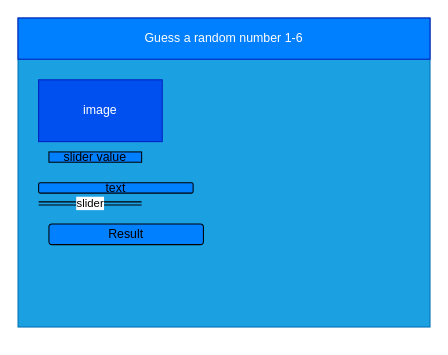
Earlier version of the draw.io diagram design/story-board.drawio (Allen-Li-hub/ICS2O-Unit6-03-HTML). Source tidied: cells renumbered, new cells numbered last; positions are measured from the earlier drawing's top-left corner, leaving out a move shared by most shapes. Both pictures are drawn from the tidied source at 103%, with x=0, y=0 at pixel (18, 18).
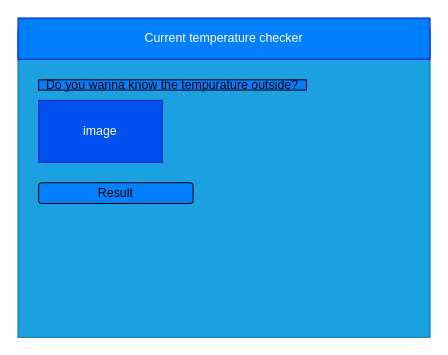
Above is the later version.

Diff of the diagram source:
```diff
@@
 <mxGraphModel>
   <root>
     <mxCell id="0" />
     <mxCell id="1" parent="0" />
     <mxCell id="2" style="rounded=0;whiteSpace=wrap;html=1;fillColor=#1ba1e2;fontColor=#ffffff;strokeColor=#006EAF;" parent="1" vertex="1">
-      <mxGeometry width="400" height="300" as="geometry" />
+      <mxGeometry y="10" width="400" height="300" as="geometry" />
     </mxCell>
-    <mxCell id="3" value="Guess a random number 1-6" style="rounded=0;whiteSpace=wrap;html=1;fillColor=#007FFF;fontColor=#ffffff;strokeColor=#001DBC;" parent="1" vertex="1">
+    <mxCell id="3" value="Current temperature checker" style="rounded=0;whiteSpace=wrap;html=1;fillColor=#007FFF;fontColor=#ffffff;strokeColor=#001DBC;" parent="1" vertex="1">
       <mxGeometry width="400" height="40" as="geometry" />
     </mxCell>
     <mxCell id="4" value="image" style="rounded=0;whiteSpace=wrap;html=1;fillColor=#0050ef;fontColor=#ffffff;strokeColor=#001DBC;" parent="1" vertex="1">
-      <mxGeometry x="20" y="60" width="120" height="60" as="geometry" />
+      <mxGeometry x="20" y="80" width="120" height="60" as="geometry" />
     </mxCell>
-    <mxCell id="5" value="slider value" style="rounded=0;whiteSpace=wrap;html=1;fillColor=#007FFF;" parent="1" vertex="1">
-      <mxGeometry x="30" y="130" width="90" height="10" as="geometry" />
+    <mxCell id="5" value="Do you wanna know the tempurature outside?" style="rounded=0;whiteSpace=wrap;html=1;fillColor=#007FFF;" parent="1" vertex="1">
+      <mxGeometry x="20" y="60" width="260" height="10" as="geometry" />
     </mxCell>
-    <mxCell id="6" value="slider" style="shape=link;html=1;width=3;" parent="1" edge="1">
-      <mxGeometry relative="1" as="geometry">
-        <mxPoint x="20" y="180" as="sourcePoint" />
-        <mxPoint x="120" y="180" as="targetPoint" />
-      </mxGeometry>
-    </mxCell>
     <mxCell id="7" value="Result" style="rounded=1;whiteSpace=wrap;html=1;fillColor=#007FFF;" parent="1" vertex="1">
-      <mxGeometry x="30" y="200" width="150" height="20" as="geometry" />
+      <mxGeometry x="20" y="160" width="150" height="20" as="geometry" />
     </mxCell>
-    <mxCell id="8" value="text" style="rounded=1;whiteSpace=wrap;html=1;fillColor=#007FFF;" parent="1" vertex="1">
-      <mxGeometry x="20" y="160" width="150" height="10" as="geometry" />
-    </mxCell>
   </root>
 </mxGraphModel>
```
